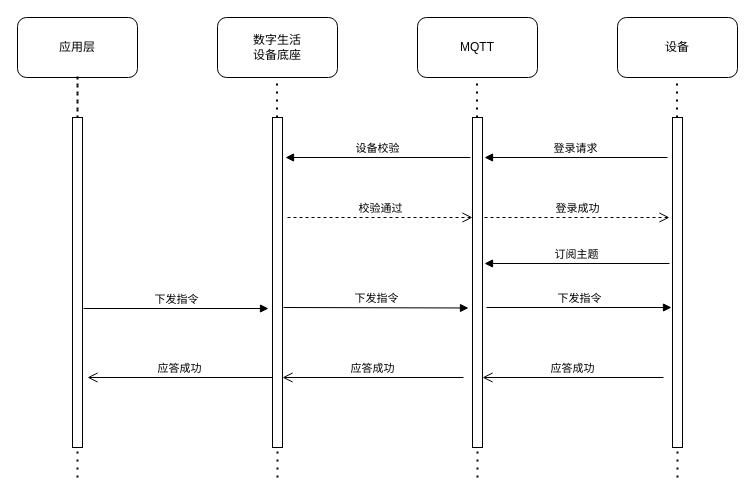
Before: 未命名绘图1111.drawio in HughRudolf/Drawio, a draw.io diagram. Source tidied: cells renumbered, new cells numbered last; positions are measured from the earlier drawing's top-left corner, leaving out a move shared by most shapes. Both pictures are drawn from the tidied source at 100%, with x=0, y=0 at pixel (17, 17).
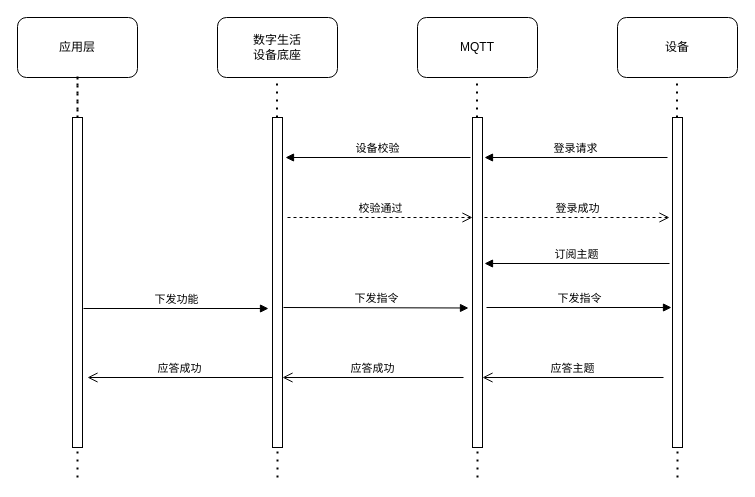
The same diagram, later.

Commit message:
更新未命名绘图1111.drawio

Change to the diagram source:
```diff
@@
-    <mxCell id="21" value="下发指令" style="html=1;verticalAlign=bottom;endArrow=block;curved=0;rounded=0;" parent="1" edge="1">
+    <mxCell id="21" value="下发功能" style="html=1;verticalAlign=bottom;endArrow=block;curved=0;rounded=0;" parent="1" edge="1">
       <mxGeometry relative="1" as="geometry">
         <mxPoint x="66" y="291" as="sourcePoint" />
         <mxPoint x="251" y="291" as="targetPoint" />
       </mxGeometry>
     </mxCell>
@@
-    <mxCell id="24" value="应答成功" style="html=1;verticalAlign=bottom;endArrow=open;endSize=8;curved=0;rounded=0;" parent="1" edge="1">
+    <mxCell id="24" value="应答主题" style="html=1;verticalAlign=bottom;endArrow=open;endSize=8;curved=0;rounded=0;" parent="1" edge="1">
       <mxGeometry relative="1" as="geometry">
         <mxPoint x="646" y="360" as="sourcePoint" />
         <mxPoint x="465" y="360" as="targetPoint" />
       </mxGeometry>
     </mxCell>
```
